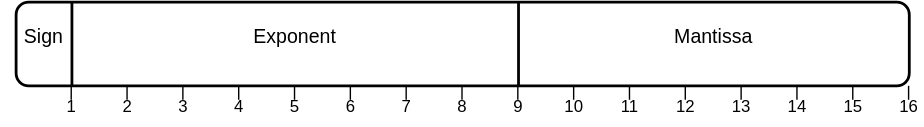
Earlier version of the draw.io export assets/bfloat16.svg (data-niklas/master_thesis). Source tidied: cells renumbered, new cells last; positions are measured from the earlier drawing's top-left corner, leaving out a move shared by most shapes. The source it was exported from:
```xml
<mxGraphModel>
  <root>
    <mxCell id="0" />
    <mxCell id="1" parent="0" />
    <mxCell id="2" style="rounded=1;whiteSpace=wrap;html=1;fillColor=default;strokeWidth=2;" parent="1" vertex="1">
      <mxGeometry x="10" width="640" height="60" as="geometry" />
    </mxCell>
    <mxCell id="3" style="endArrow=none;html=1;rounded=0;strokeWidth=2;" parent="1" edge="1">
      <mxGeometry relative="1" as="geometry">
        <mxPoint x="50" y="60" as="sourcePoint" />
        <mxPoint x="50" as="targetPoint" />
      </mxGeometry>
    </mxCell>
    <mxCell id="4" style="endArrow=none;html=1;rounded=0;strokeWidth=2;" parent="1" edge="1">
      <mxGeometry relative="1" as="geometry">
        <mxPoint x="370" y="60" as="sourcePoint" />
        <mxPoint x="370" as="targetPoint" />
      </mxGeometry>
    </mxCell>
    <mxCell id="5" value="1" style="text;html=1;align=center;verticalAlign=middle;whiteSpace=wrap;rounded=0;" parent="1" vertex="1">
      <mxGeometry x="40" y="60" width="20" height="30" as="geometry" />
    </mxCell>
    <mxCell id="6" style="endArrow=none;html=1;rounded=0;strokeWidth=1;" parent="1" edge="1">
      <mxGeometry relative="1" as="geometry">
        <mxPoint x="49.5" y="70" as="sourcePoint" />
        <mxPoint x="49.5" y="60" as="targetPoint" />
      </mxGeometry>
    </mxCell>
    <mxCell id="7" value="2" style="text;html=1;align=center;verticalAlign=middle;whiteSpace=wrap;rounded=0;" parent="1" vertex="1">
      <mxGeometry x="80" y="60" width="20" height="30" as="geometry" />
    </mxCell>
    <mxCell id="8" style="endArrow=none;html=1;rounded=0;strokeWidth=1;" parent="1" edge="1">
      <mxGeometry relative="1" as="geometry">
        <mxPoint x="89.5" y="70" as="sourcePoint" />
        <mxPoint x="89.5" y="60" as="targetPoint" />
      </mxGeometry>
    </mxCell>
    <mxCell id="9" value="3" style="text;html=1;align=center;verticalAlign=middle;whiteSpace=wrap;rounded=0;" parent="1" vertex="1">
      <mxGeometry x="120" y="60" width="20" height="30" as="geometry" />
    </mxCell>
    <mxCell id="10" style="endArrow=none;html=1;rounded=0;strokeWidth=1;" parent="1" edge="1">
      <mxGeometry relative="1" as="geometry">
        <mxPoint x="129.5" y="70" as="sourcePoint" />
        <mxPoint x="129.5" y="60" as="targetPoint" />
      </mxGeometry>
    </mxCell>
    <mxCell id="11" value="4" style="text;html=1;align=center;verticalAlign=middle;whiteSpace=wrap;rounded=0;" parent="1" vertex="1">
      <mxGeometry x="160" y="60" width="20" height="30" as="geometry" />
    </mxCell>
    <mxCell id="12" style="endArrow=none;html=1;rounded=0;strokeWidth=1;" parent="1" edge="1">
      <mxGeometry relative="1" as="geometry">
        <mxPoint x="169.5" y="70" as="sourcePoint" />
        <mxPoint x="169.5" y="60" as="targetPoint" />
      </mxGeometry>
    </mxCell>
    <mxCell id="13" value="5" style="text;html=1;align=center;verticalAlign=middle;whiteSpace=wrap;rounded=0;" parent="1" vertex="1">
      <mxGeometry x="200" y="60" width="20" height="30" as="geometry" />
    </mxCell>
    <mxCell id="14" style="endArrow=none;html=1;rounded=0;strokeWidth=1;" parent="1" edge="1">
      <mxGeometry relative="1" as="geometry">
        <mxPoint x="209.5" y="70" as="sourcePoint" />
        <mxPoint x="209.5" y="60" as="targetPoint" />
      </mxGeometry>
    </mxCell>
    <mxCell id="15" value="6" style="text;html=1;align=center;verticalAlign=middle;whiteSpace=wrap;rounded=0;" parent="1" vertex="1">
      <mxGeometry x="240" y="60" width="20" height="30" as="geometry" />
    </mxCell>
    <mxCell id="16" style="endArrow=none;html=1;rounded=0;strokeWidth=1;" parent="1" edge="1">
      <mxGeometry relative="1" as="geometry">
        <mxPoint x="249.5" y="70" as="sourcePoint" />
        <mxPoint x="249.5" y="60" as="targetPoint" />
      </mxGeometry>
    </mxCell>
    <mxCell id="17" value="7" style="text;html=1;align=center;verticalAlign=middle;whiteSpace=wrap;rounded=0;" parent="1" vertex="1">
      <mxGeometry x="280" y="60" width="20" height="30" as="geometry" />
    </mxCell>
    <mxCell id="18" style="endArrow=none;html=1;rounded=0;strokeWidth=1;" parent="1" edge="1">
      <mxGeometry relative="1" as="geometry">
        <mxPoint x="289.5" y="70" as="sourcePoint" />
        <mxPoint x="289.5" y="60" as="targetPoint" />
      </mxGeometry>
    </mxCell>
    <mxCell id="19" value="8" style="text;html=1;align=center;verticalAlign=middle;whiteSpace=wrap;rounded=0;" parent="1" vertex="1">
      <mxGeometry x="320" y="60" width="20" height="30" as="geometry" />
    </mxCell>
    <mxCell id="20" style="endArrow=none;html=1;rounded=0;strokeWidth=1;" parent="1" edge="1">
      <mxGeometry relative="1" as="geometry">
        <mxPoint x="329.5" y="70" as="sourcePoint" />
        <mxPoint x="329.5" y="60" as="targetPoint" />
      </mxGeometry>
    </mxCell>
    <mxCell id="21" value="9" style="text;html=1;align=center;verticalAlign=middle;whiteSpace=wrap;rounded=0;" parent="1" vertex="1">
      <mxGeometry x="360" y="60" width="20" height="30" as="geometry" />
    </mxCell>
    <mxCell id="22" style="endArrow=none;html=1;rounded=0;strokeWidth=1;" parent="1" edge="1">
      <mxGeometry relative="1" as="geometry">
        <mxPoint x="369.5" y="70" as="sourcePoint" />
        <mxPoint x="369.5" y="60" as="targetPoint" />
      </mxGeometry>
    </mxCell>
    <mxCell id="23" value="10" style="text;html=1;align=center;verticalAlign=middle;whiteSpace=wrap;rounded=0;" parent="1" vertex="1">
      <mxGeometry x="400" y="60" width="20" height="30" as="geometry" />
    </mxCell>
    <mxCell id="24" style="endArrow=none;html=1;rounded=0;strokeWidth=1;" parent="1" edge="1">
      <mxGeometry relative="1" as="geometry">
        <mxPoint x="409.5" y="70" as="sourcePoint" />
        <mxPoint x="409.5" y="60" as="targetPoint" />
      </mxGeometry>
    </mxCell>
    <mxCell id="25" value="11" style="text;html=1;align=center;verticalAlign=middle;whiteSpace=wrap;rounded=0;" parent="1" vertex="1">
      <mxGeometry x="440" y="60" width="20" height="30" as="geometry" />
    </mxCell>
    <mxCell id="26" style="endArrow=none;html=1;rounded=0;strokeWidth=1;" parent="1" edge="1">
      <mxGeometry relative="1" as="geometry">
        <mxPoint x="449.5" y="70" as="sourcePoint" />
        <mxPoint x="449.5" y="60" as="targetPoint" />
      </mxGeometry>
    </mxCell>
    <mxCell id="27" value="12" style="text;html=1;align=center;verticalAlign=middle;whiteSpace=wrap;rounded=0;" parent="1" vertex="1">
      <mxGeometry x="480" y="60" width="20" height="30" as="geometry" />
    </mxCell>
    <mxCell id="28" style="endArrow=none;html=1;rounded=0;strokeWidth=1;" parent="1" edge="1">
      <mxGeometry relative="1" as="geometry">
        <mxPoint x="489.5" y="70" as="sourcePoint" />
        <mxPoint x="489.5" y="60" as="targetPoint" />
      </mxGeometry>
    </mxCell>
    <mxCell id="29" value="13" style="text;html=1;align=center;verticalAlign=middle;whiteSpace=wrap;rounded=0;" parent="1" vertex="1">
      <mxGeometry x="520" y="60" width="20" height="30" as="geometry" />
    </mxCell>
    <mxCell id="30" style="endArrow=none;html=1;rounded=0;strokeWidth=1;" parent="1" edge="1">
      <mxGeometry relative="1" as="geometry">
        <mxPoint x="529.5" y="70" as="sourcePoint" />
        <mxPoint x="529.5" y="60" as="targetPoint" />
      </mxGeometry>
    </mxCell>
    <mxCell id="31" value="14" style="text;html=1;align=center;verticalAlign=middle;whiteSpace=wrap;rounded=0;" parent="1" vertex="1">
      <mxGeometry x="560" y="60" width="20" height="30" as="geometry" />
    </mxCell>
    <mxCell id="32" style="endArrow=none;html=1;rounded=0;strokeWidth=1;" parent="1" edge="1">
      <mxGeometry relative="1" as="geometry">
        <mxPoint x="569.5" y="70" as="sourcePoint" />
        <mxPoint x="569.5" y="60" as="targetPoint" />
      </mxGeometry>
    </mxCell>
    <mxCell id="33" value="15" style="text;html=1;align=center;verticalAlign=middle;whiteSpace=wrap;rounded=0;" parent="1" vertex="1">
      <mxGeometry x="600" y="60" width="20" height="30" as="geometry" />
    </mxCell>
    <mxCell id="34" style="endArrow=none;html=1;rounded=0;strokeWidth=1;" parent="1" edge="1">
      <mxGeometry relative="1" as="geometry">
        <mxPoint x="609.5" y="70" as="sourcePoint" />
        <mxPoint x="609.5" y="60" as="targetPoint" />
      </mxGeometry>
    </mxCell>
    <mxCell id="35" value="16" style="text;html=1;align=center;verticalAlign=middle;whiteSpace=wrap;rounded=0;" parent="1" vertex="1">
      <mxGeometry x="640" y="60" width="20" height="30" as="geometry" />
    </mxCell>
    <mxCell id="36" style="endArrow=none;html=1;rounded=0;strokeWidth=1;" parent="1" edge="1">
      <mxGeometry relative="1" as="geometry">
        <mxPoint x="649.5" y="70" as="sourcePoint" />
        <mxPoint x="649.5" y="60" as="targetPoint" />
      </mxGeometry>
    </mxCell>
    <mxCell id="37" value="Exponent" style="text;html=1;align=center;verticalAlign=middle;whiteSpace=wrap;rounded=0;fontSize=14;" parent="1" vertex="1">
      <mxGeometry x="180" y="10" width="60" height="30" as="geometry" />
    </mxCell>
    <mxCell id="38" value="Mantissa" style="text;html=1;align=center;verticalAlign=middle;whiteSpace=wrap;rounded=0;fontSize=14;" parent="1" vertex="1">
      <mxGeometry x="480" y="10" width="60" height="30" as="geometry" />
    </mxCell>
    <mxCell id="39" value="Sign" style="text;html=1;align=center;verticalAlign=middle;whiteSpace=wrap;rounded=0;fontSize=14;" parent="1" vertex="1">
      <mxGeometry y="10" width="60" height="30" as="geometry" />
    </mxCell>
  </root>
</mxGraphModel>
```
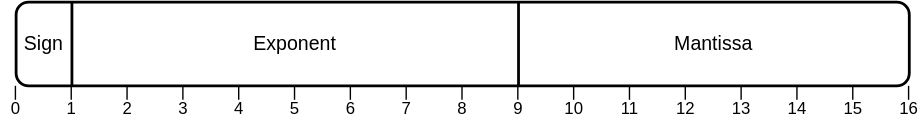
After the change.

Diff of the diagram source:
```diff
@@ -17,7 +17,7 @@
         <mxPoint x="370" as="targetPoint" />
       </mxGeometry>
     </mxCell>
-    <mxCell id="5" value="1" style="text;html=1;align=center;verticalAlign=middle;whiteSpace=wrap;rounded=0;" parent="1" vertex="1">
+    <mxCell id="5" value="1" style="text;html=1;align=center;verticalAlign=middle;whiteSpace=wrap;rounded=0;spacingTop=3;" parent="1" vertex="1">
       <mxGeometry x="40" y="60" width="20" height="30" as="geometry" />
     </mxCell>
     <mxCell id="6" style="endArrow=none;html=1;rounded=0;strokeWidth=1;" parent="1" edge="1">
@@ -26,7 +26,7 @@
         <mxPoint x="49.5" y="60" as="targetPoint" />
       </mxGeometry>
     </mxCell>
-    <mxCell id="7" value="2" style="text;html=1;align=center;verticalAlign=middle;whiteSpace=wrap;rounded=0;" parent="1" vertex="1">
+    <mxCell id="7" value="2" style="text;html=1;align=center;verticalAlign=middle;whiteSpace=wrap;rounded=0;spacingTop=3;" parent="1" vertex="1">
       <mxGeometry x="80" y="60" width="20" height="30" as="geometry" />
     </mxCell>
     <mxCell id="8" style="endArrow=none;html=1;rounded=0;strokeWidth=1;" parent="1" edge="1">
@@ -35,7 +35,7 @@
         <mxPoint x="89.5" y="60" as="targetPoint" />
       </mxGeometry>
     </mxCell>
-    <mxCell id="9" value="3" style="text;html=1;align=center;verticalAlign=middle;whiteSpace=wrap;rounded=0;" parent="1" vertex="1">
+    <mxCell id="9" value="3" style="text;html=1;align=center;verticalAlign=middle;whiteSpace=wrap;rounded=0;spacingTop=3;" parent="1" vertex="1">
       <mxGeometry x="120" y="60" width="20" height="30" as="geometry" />
     </mxCell>
     <mxCell id="10" style="endArrow=none;html=1;rounded=0;strokeWidth=1;" parent="1" edge="1">
@@ -44,7 +44,7 @@
         <mxPoint x="129.5" y="60" as="targetPoint" />
       </mxGeometry>
     </mxCell>
-    <mxCell id="11" value="4" style="text;html=1;align=center;verticalAlign=middle;whiteSpace=wrap;rounded=0;" parent="1" vertex="1">
+    <mxCell id="11" value="4" style="text;html=1;align=center;verticalAlign=middle;whiteSpace=wrap;rounded=0;spacingTop=3;" parent="1" vertex="1">
       <mxGeometry x="160" y="60" width="20" height="30" as="geometry" />
     </mxCell>
     <mxCell id="12" style="endArrow=none;html=1;rounded=0;strokeWidth=1;" parent="1" edge="1">
@@ -53,7 +53,7 @@
         <mxPoint x="169.5" y="60" as="targetPoint" />
       </mxGeometry>
     </mxCell>
-    <mxCell id="13" value="5" style="text;html=1;align=center;verticalAlign=middle;whiteSpace=wrap;rounded=0;" parent="1" vertex="1">
+    <mxCell id="13" value="5" style="text;html=1;align=center;verticalAlign=middle;whiteSpace=wrap;rounded=0;spacingTop=3;" parent="1" vertex="1">
       <mxGeometry x="200" y="60" width="20" height="30" as="geometry" />
     </mxCell>
     <mxCell id="14" style="endArrow=none;html=1;rounded=0;strokeWidth=1;" parent="1" edge="1">
@@ -62,7 +62,7 @@
         <mxPoint x="209.5" y="60" as="targetPoint" />
       </mxGeometry>
     </mxCell>
-    <mxCell id="15" value="6" style="text;html=1;align=center;verticalAlign=middle;whiteSpace=wrap;rounded=0;" parent="1" vertex="1">
+    <mxCell id="15" value="6" style="text;html=1;align=center;verticalAlign=middle;whiteSpace=wrap;rounded=0;spacingTop=3;" parent="1" vertex="1">
       <mxGeometry x="240" y="60" width="20" height="30" as="geometry" />
     </mxCell>
     <mxCell id="16" style="endArrow=none;html=1;rounded=0;strokeWidth=1;" parent="1" edge="1">
@@ -71,7 +71,7 @@
         <mxPoint x="249.5" y="60" as="targetPoint" />
       </mxGeometry>
     </mxCell>
-    <mxCell id="17" value="7" style="text;html=1;align=center;verticalAlign=middle;whiteSpace=wrap;rounded=0;" parent="1" vertex="1">
+    <mxCell id="17" value="7" style="text;html=1;align=center;verticalAlign=middle;whiteSpace=wrap;rounded=0;spacingTop=3;" parent="1" vertex="1">
       <mxGeometry x="280" y="60" width="20" height="30" as="geometry" />
     </mxCell>
     <mxCell id="18" style="endArrow=none;html=1;rounded=0;strokeWidth=1;" parent="1" edge="1">
@@ -80,7 +80,7 @@
         <mxPoint x="289.5" y="60" as="targetPoint" />
       </mxGeometry>
     </mxCell>
-    <mxCell id="19" value="8" style="text;html=1;align=center;verticalAlign=middle;whiteSpace=wrap;rounded=0;" parent="1" vertex="1">
+    <mxCell id="19" value="8" style="text;html=1;align=center;verticalAlign=middle;whiteSpace=wrap;rounded=0;spacingTop=3;" parent="1" vertex="1">
       <mxGeometry x="320" y="60" width="20" height="30" as="geometry" />
     </mxCell>
     <mxCell id="20" style="endArrow=none;html=1;rounded=0;strokeWidth=1;" parent="1" edge="1">
@@ -89,7 +89,7 @@
         <mxPoint x="329.5" y="60" as="targetPoint" />
       </mxGeometry>
     </mxCell>
-    <mxCell id="21" value="9" style="text;html=1;align=center;verticalAlign=middle;whiteSpace=wrap;rounded=0;" parent="1" vertex="1">
+    <mxCell id="21" value="9" style="text;html=1;align=center;verticalAlign=middle;whiteSpace=wrap;rounded=0;spacingTop=3;" parent="1" vertex="1">
       <mxGeometry x="360" y="60" width="20" height="30" as="geometry" />
     </mxCell>
     <mxCell id="22" style="endArrow=none;html=1;rounded=0;strokeWidth=1;" parent="1" edge="1">
@@ -98,7 +98,7 @@
         <mxPoint x="369.5" y="60" as="targetPoint" />
       </mxGeometry>
     </mxCell>
-    <mxCell id="23" value="10" style="text;html=1;align=center;verticalAlign=middle;whiteSpace=wrap;rounded=0;" parent="1" vertex="1">
+    <mxCell id="23" value="10" style="text;html=1;align=center;verticalAlign=middle;whiteSpace=wrap;rounded=0;spacingTop=3;" parent="1" vertex="1">
       <mxGeometry x="400" y="60" width="20" height="30" as="geometry" />
     </mxCell>
     <mxCell id="24" style="endArrow=none;html=1;rounded=0;strokeWidth=1;" parent="1" edge="1">
@@ -107,7 +107,7 @@
         <mxPoint x="409.5" y="60" as="targetPoint" />
       </mxGeometry>
     </mxCell>
-    <mxCell id="25" value="11" style="text;html=1;align=center;verticalAlign=middle;whiteSpace=wrap;rounded=0;" parent="1" vertex="1">
+    <mxCell id="25" value="11" style="text;html=1;align=center;verticalAlign=middle;whiteSpace=wrap;rounded=0;spacingTop=3;" parent="1" vertex="1">
       <mxGeometry x="440" y="60" width="20" height="30" as="geometry" />
     </mxCell>
     <mxCell id="26" style="endArrow=none;html=1;rounded=0;strokeWidth=1;" parent="1" edge="1">
@@ -116,7 +116,7 @@
         <mxPoint x="449.5" y="60" as="targetPoint" />
       </mxGeometry>
     </mxCell>
-    <mxCell id="27" value="12" style="text;html=1;align=center;verticalAlign=middle;whiteSpace=wrap;rounded=0;" parent="1" vertex="1">
+    <mxCell id="27" value="12" style="text;html=1;align=center;verticalAlign=middle;whiteSpace=wrap;rounded=0;spacingTop=3;" parent="1" vertex="1">
       <mxGeometry x="480" y="60" width="20" height="30" as="geometry" />
     </mxCell>
     <mxCell id="28" style="endArrow=none;html=1;rounded=0;strokeWidth=1;" parent="1" edge="1">
@@ -125,7 +125,7 @@
         <mxPoint x="489.5" y="60" as="targetPoint" />
       </mxGeometry>
     </mxCell>
-    <mxCell id="29" value="13" style="text;html=1;align=center;verticalAlign=middle;whiteSpace=wrap;rounded=0;" parent="1" vertex="1">
+    <mxCell id="29" value="13" style="text;html=1;align=center;verticalAlign=middle;whiteSpace=wrap;rounded=0;spacingTop=3;" parent="1" vertex="1">
       <mxGeometry x="520" y="60" width="20" height="30" as="geometry" />
     </mxCell>
     <mxCell id="30" style="endArrow=none;html=1;rounded=0;strokeWidth=1;" parent="1" edge="1">
@@ -134,7 +134,7 @@
         <mxPoint x="529.5" y="60" as="targetPoint" />
       </mxGeometry>
     </mxCell>
-    <mxCell id="31" value="14" style="text;html=1;align=center;verticalAlign=middle;whiteSpace=wrap;rounded=0;" parent="1" vertex="1">
+    <mxCell id="31" value="14" style="text;html=1;align=center;verticalAlign=middle;whiteSpace=wrap;rounded=0;spacingTop=3;" parent="1" vertex="1">
       <mxGeometry x="560" y="60" width="20" height="30" as="geometry" />
     </mxCell>
     <mxCell id="32" style="endArrow=none;html=1;rounded=0;strokeWidth=1;" parent="1" edge="1">
@@ -143,7 +143,7 @@
         <mxPoint x="569.5" y="60" as="targetPoint" />
       </mxGeometry>
     </mxCell>
-    <mxCell id="33" value="15" style="text;html=1;align=center;verticalAlign=middle;whiteSpace=wrap;rounded=0;" parent="1" vertex="1">
+    <mxCell id="33" value="15" style="text;html=1;align=center;verticalAlign=middle;whiteSpace=wrap;rounded=0;spacingTop=3;" parent="1" vertex="1">
       <mxGeometry x="600" y="60" width="20" height="30" as="geometry" />
     </mxCell>
     <mxCell id="34" style="endArrow=none;html=1;rounded=0;strokeWidth=1;" parent="1" edge="1">
@@ -152,7 +152,7 @@
         <mxPoint x="609.5" y="60" as="targetPoint" />
       </mxGeometry>
     </mxCell>
-    <mxCell id="35" value="16" style="text;html=1;align=center;verticalAlign=middle;whiteSpace=wrap;rounded=0;" parent="1" vertex="1">
+    <mxCell id="35" value="16" style="text;html=1;align=center;verticalAlign=middle;whiteSpace=wrap;rounded=0;spacingTop=3;" parent="1" vertex="1">
       <mxGeometry x="640" y="60" width="20" height="30" as="geometry" />
     </mxCell>
     <mxCell id="36" style="endArrow=none;html=1;rounded=0;strokeWidth=1;" parent="1" edge="1">
@@ -162,13 +162,22 @@
       </mxGeometry>
     </mxCell>
     <mxCell id="37" value="Exponent" style="text;html=1;align=center;verticalAlign=middle;whiteSpace=wrap;rounded=0;fontSize=14;" parent="1" vertex="1">
-      <mxGeometry x="180" y="10" width="60" height="30" as="geometry" />
+      <mxGeometry x="180" y="15" width="60" height="30" as="geometry" />
     </mxCell>
     <mxCell id="38" value="Mantissa" style="text;html=1;align=center;verticalAlign=middle;whiteSpace=wrap;rounded=0;fontSize=14;" parent="1" vertex="1">
-      <mxGeometry x="480" y="10" width="60" height="30" as="geometry" />
+      <mxGeometry x="480" y="15" width="60" height="30" as="geometry" />
     </mxCell>
     <mxCell id="39" value="Sign" style="text;html=1;align=center;verticalAlign=middle;whiteSpace=wrap;rounded=0;fontSize=14;" parent="1" vertex="1">
-      <mxGeometry y="10" width="60" height="30" as="geometry" />
+      <mxGeometry y="15" width="60" height="30" as="geometry" />
     </mxCell>
+    <mxCell id="40" value="0" style="text;html=1;align=center;verticalAlign=middle;whiteSpace=wrap;rounded=0;spacingTop=3;" parent="1" vertex="1">
+      <mxGeometry y="60" width="20" height="30" as="geometry" />
+    </mxCell>
+    <mxCell id="41" style="endArrow=none;html=1;rounded=0;strokeWidth=1;" parent="1" edge="1">
+      <mxGeometry relative="1" as="geometry">
+        <mxPoint x="9.5" y="70" as="sourcePoint" />
+        <mxPoint x="9.5" y="60" as="targetPoint" />
+      </mxGeometry>
+    </mxCell>
   </root>
 </mxGraphModel>
```
